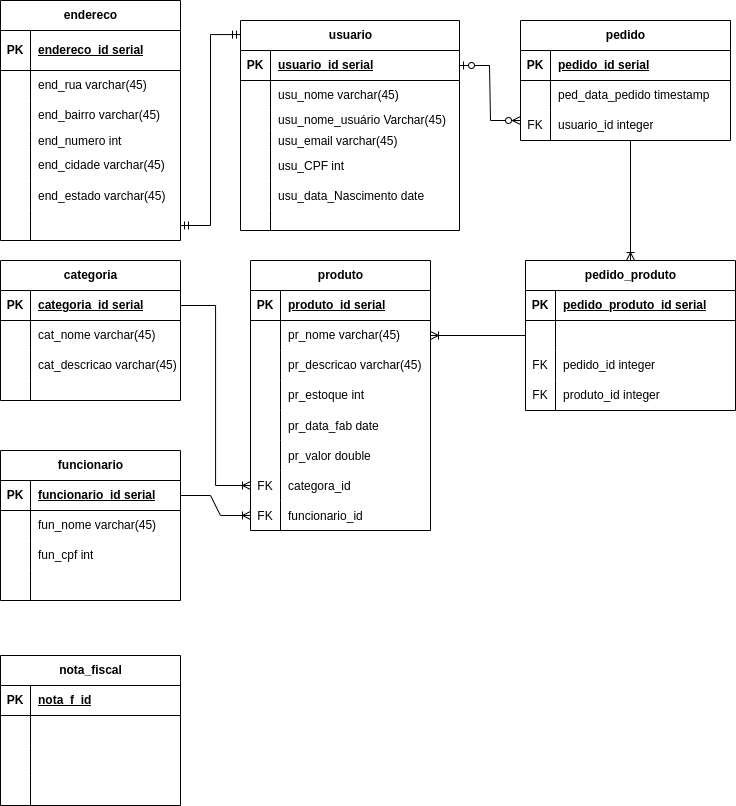
Before: diagrama_logico_PF_BD.drawio.png, a diagram exported from draw.io (brunolimaptr/dataBaseG1). Source tidied: cells renumbered, new cells last; positions are measured from the earlier drawing's top-left corner, leaving out a move shared by most shapes.
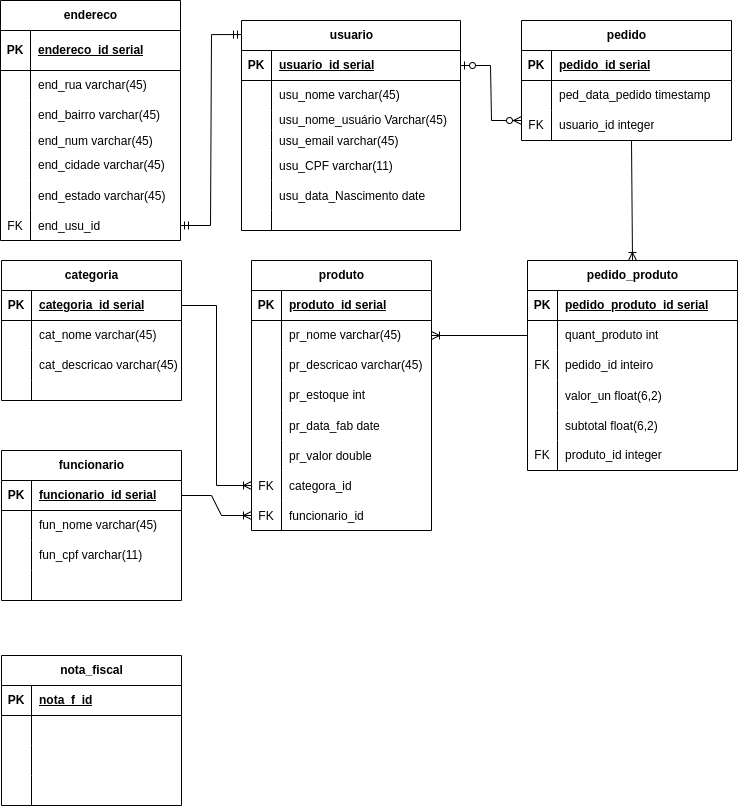
Above is the later version.

The edit, as a diff of the source:
```diff
@@ -47,7 +47,7 @@
     <mxCell id="16" style="shape=partialRectangle;fillColor=none;top=0;left=0;bottom=0;right=0;overflow=hidden;" parent="15" vertex="1">
       <mxGeometry width="30" height="30" as="geometry" />
     </mxCell>
-    <mxCell id="17" value="usu_CPF int" style="shape=partialRectangle;fillColor=none;top=0;left=0;bottom=0;right=0;align=left;spacingLeft=6;overflow=hidden;" parent="15" vertex="1">
+    <mxCell id="17" value="usu_CPF varchar(11)" style="shape=partialRectangle;fillColor=none;top=0;left=0;bottom=0;right=0;align=left;spacingLeft=6;overflow=hidden;" parent="15" vertex="1">
       <mxGeometry x="30" width="189" height="30" as="geometry" />
     </mxCell>
     <mxCell id="18" style="shape=tableRow;horizontal=0;startSize=0;swimlaneHead=0;swimlaneBody=0;fillColor=none;top=0;left=0;right=0;bottom=0;" parent="2" vertex="1">
@@ -69,7 +69,7 @@
       <mxGeometry x="30" width="189" height="20" as="geometry" />
     </mxCell>
     <mxCell id="24" value="endereco" style="shape=table;startSize=30;rowLines=0;fontStyle=1;align=center;html=1;" parent="1" vertex="1">
-      <mxGeometry width="180" height="240" as="geometry" />
+      <mxGeometry x="-1" width="180" height="240" as="geometry" />
     </mxCell>
     <mxCell id="25" style="shape=tableRow;horizontal=0;startSize=0;swimlaneHead=0;swimlaneBody=0;fillColor=none;top=0;left=0;right=0;bottom=1;" parent="24" vertex="1">
       <mxGeometry y="30" width="180" height="40" as="geometry" />
@@ -104,7 +104,7 @@
     <mxCell id="35" style="shape=partialRectangle;fillColor=none;top=0;left=0;bottom=0;right=0;overflow=hidden;" parent="34" vertex="1">
       <mxGeometry width="30" height="20" as="geometry" />
     </mxCell>
-    <mxCell id="36" value="end_numero int" style="shape=partialRectangle;fillColor=none;top=0;left=0;bottom=0;right=0;align=left;spacingLeft=6;overflow=hidden;" parent="34" vertex="1">
+    <mxCell id="36" value="end_num varchar(45)" style="shape=partialRectangle;fillColor=none;top=0;left=0;bottom=0;right=0;align=left;spacingLeft=6;overflow=hidden;" parent="34" vertex="1">
       <mxGeometry x="30" width="150" height="20" as="geometry" />
     </mxCell>
     <mxCell id="37" style="shape=tableRow;horizontal=0;startSize=0;swimlaneHead=0;swimlaneBody=0;fillColor=none;top=0;left=0;right=0;bottom=0;" parent="24" vertex="1">
@@ -128,10 +128,10 @@
     <mxCell id="43" style="shape=tableRow;horizontal=0;startSize=0;swimlaneHead=0;swimlaneBody=0;fillColor=none;points=[[0,0.5],[1,0.5]];portConstraint=eastwest;top=0;left=0;right=0;bottom=0;" parent="24" vertex="1">
       <mxGeometry y="210" width="180" height="30" as="geometry" />
     </mxCell>
-    <mxCell id="44" style="shape=partialRectangle;fillColor=none;top=0;left=0;bottom=0;right=0;overflow=hidden;" parent="43" vertex="1">
+    <mxCell id="44" value="FK" style="shape=partialRectangle;fillColor=none;top=0;left=0;bottom=0;right=0;overflow=hidden;" parent="43" vertex="1">
       <mxGeometry width="30" height="30" as="geometry" />
     </mxCell>
-    <mxCell id="45" style="shape=partialRectangle;fillColor=none;top=0;left=0;bottom=0;right=0;align=left;spacingLeft=6;overflow=hidden;" parent="43" vertex="1">
+    <mxCell id="45" value="end_usu_id" style="shape=partialRectangle;fillColor=none;top=0;left=0;bottom=0;right=0;align=left;spacingLeft=6;overflow=hidden;" parent="43" vertex="1">
       <mxGeometry x="30" width="150" height="30" as="geometry" />
     </mxCell>
     <mxCell id="46" value="pedido" style="shape=table;startSize=30;rowLines=0;fontStyle=1;align=center;html=1;" parent="1" vertex="1">
@@ -305,7 +305,7 @@
     <mxCell id="102" style="shape=partialRectangle;fillColor=none;top=0;left=0;bottom=0;right=0;overflow=hidden;whiteSpace=wrap;html=1;" parent="101" vertex="1">
       <mxGeometry width="30" height="30" as="geometry" />
     </mxCell>
-    <mxCell id="103" value="fun_cpf int" style="shape=partialRectangle;fillColor=none;top=0;left=0;bottom=0;right=0;align=left;spacingLeft=6;overflow=hidden;whiteSpace=wrap;html=1;" parent="101" vertex="1">
+    <mxCell id="103" value="fun_cpf varchar(11)" style="shape=partialRectangle;fillColor=none;top=0;left=0;bottom=0;right=0;align=left;spacingLeft=6;overflow=hidden;whiteSpace=wrap;html=1;" parent="101" vertex="1">
       <mxGeometry x="30" width="150" height="30" as="geometry" />
     </mxCell>
     <mxCell id="104" style="shape=tableRow;horizontal=0;startSize=0;swimlaneHead=0;swimlaneBody=0;fillColor=none;top=0;left=0;right=0;bottom=0;" parent="94" vertex="1">
@@ -318,7 +318,7 @@
       <mxGeometry x="30" width="150" height="30" as="geometry" />
     </mxCell>
     <mxCell id="107" value="pedido_produto" style="shape=table;startSize=30;rowLines=0;fontStyle=1;align=center;html=1;" parent="1" vertex="1">
-      <mxGeometry x="525" y="260" width="210" height="150" as="geometry" />
+      <mxGeometry x="526" y="260" width="210" height="210" as="geometry" />
     </mxCell>
     <mxCell id="108" style="shape=tableRow;horizontal=0;startSize=0;swimlaneHead=0;swimlaneBody=0;fillColor=none;top=0;left=0;right=0;bottom=1;" parent="107" vertex="1">
       <mxGeometry y="30" width="210" height="30" as="geometry" />
@@ -335,7 +335,7 @@
     <mxCell id="112" style="shape=partialRectangle;fillColor=none;top=0;left=0;bottom=0;right=0;overflow=hidden;whiteSpace=wrap;html=1;" parent="111" vertex="1">
       <mxGeometry width="30" height="30" as="geometry" />
     </mxCell>
-    <mxCell id="113" style="shape=partialRectangle;fillColor=none;top=0;left=0;bottom=0;right=0;align=left;spacingLeft=6;overflow=hidden;whiteSpace=wrap;html=1;" parent="111" vertex="1">
+    <mxCell id="113" value="quant_produto int" style="shape=partialRectangle;fillColor=none;top=0;left=0;bottom=0;right=0;align=left;spacingLeft=6;overflow=hidden;whiteSpace=wrap;html=1;" parent="111" vertex="1">
       <mxGeometry x="30" width="180" height="30" as="geometry" />
     </mxCell>
     <mxCell id="114" style="shape=tableRow;horizontal=0;startSize=0;swimlaneHead=0;swimlaneBody=0;fillColor=none;top=0;left=0;right=0;bottom=0;" parent="107" vertex="1">
@@ -344,11 +344,29 @@
     <mxCell id="115" value="FK" style="shape=partialRectangle;fillColor=none;top=0;left=0;bottom=0;right=0;overflow=hidden;whiteSpace=wrap;html=1;" parent="114" vertex="1">
       <mxGeometry width="30" height="30" as="geometry" />
     </mxCell>
-    <mxCell id="116" value="pedido_id integer" style="shape=partialRectangle;fillColor=none;top=0;left=0;bottom=0;right=0;align=left;spacingLeft=6;overflow=hidden;whiteSpace=wrap;html=1;" parent="114" vertex="1">
+    <mxCell id="116" value="pedido_id inteiro" style="shape=partialRectangle;fillColor=none;top=0;left=0;bottom=0;right=0;align=left;spacingLeft=6;overflow=hidden;whiteSpace=wrap;html=1;" parent="114" vertex="1">
       <mxGeometry x="30" width="180" height="30" as="geometry" />
     </mxCell>
+    <mxCell id="139" style="shape=tableRow;horizontal=0;startSize=0;swimlaneHead=0;swimlaneBody=0;fillColor=none;top=0;left=0;right=0;bottom=0;" parent="107" vertex="1">
+      <mxGeometry y="120" width="210" height="30" as="geometry" />
+    </mxCell>
+    <mxCell id="140" style="shape=partialRectangle;fillColor=none;top=0;left=0;bottom=0;right=0;overflow=hidden;" parent="139" vertex="1">
+      <mxGeometry width="30" height="30" as="geometry" />
+    </mxCell>
+    <mxCell id="141" value="valor_un float(6,2)" style="shape=partialRectangle;fillColor=none;top=0;left=0;bottom=0;right=0;align=left;spacingLeft=6;overflow=hidden;" parent="139" vertex="1">
+      <mxGeometry x="30" width="180" height="30" as="geometry" />
+    </mxCell>
+    <mxCell id="142" style="shape=tableRow;horizontal=0;startSize=0;swimlaneHead=0;swimlaneBody=0;fillColor=none;top=0;left=0;right=0;bottom=0;" parent="107" vertex="1">
+      <mxGeometry y="150" width="210" height="30" as="geometry" />
+    </mxCell>
+    <mxCell id="143" style="shape=partialRectangle;fillColor=none;top=0;left=0;bottom=0;right=0;overflow=hidden;" parent="142" vertex="1">
+      <mxGeometry width="30" height="30" as="geometry" />
+    </mxCell>
+    <mxCell id="144" value="subtotal float(6,2)" style="shape=partialRectangle;fillColor=none;top=0;left=0;bottom=0;right=0;align=left;spacingLeft=6;overflow=hidden;" parent="142" vertex="1">
+      <mxGeometry x="30" width="180" height="30" as="geometry" />
+    </mxCell>
     <mxCell id="117" style="shape=tableRow;horizontal=0;startSize=0;swimlaneHead=0;swimlaneBody=0;fillColor=none;top=0;left=0;right=0;bottom=0;" parent="107" vertex="1">
-      <mxGeometry y="120" width="210" height="30" as="geometry" />
+      <mxGeometry y="180" width="210" height="30" as="geometry" />
     </mxCell>
     <mxCell id="118" value="FK" style="shape=partialRectangle;fillColor=none;top=0;left=0;bottom=0;right=0;overflow=hidden;whiteSpace=wrap;html=1;" parent="117" vertex="1">
       <mxGeometry width="30" height="30" as="geometry" />
```
